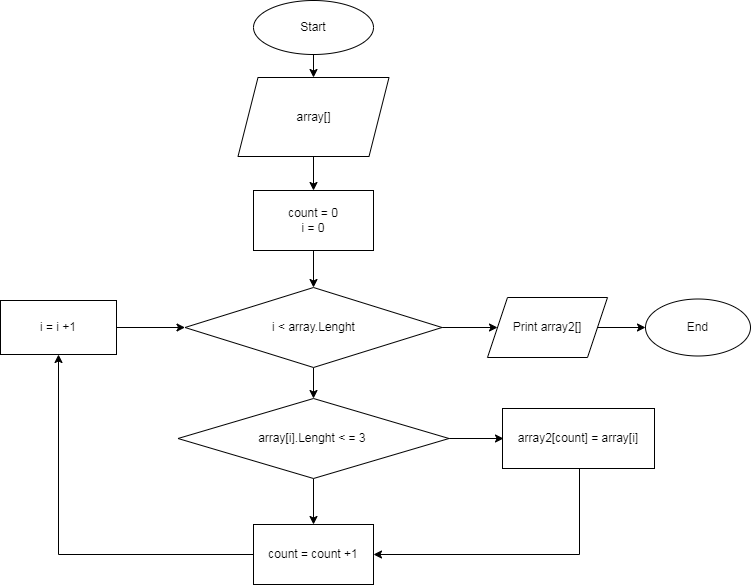
The draw.io diagram BlockShem.drawio.png in igk85/Final-task, before a commit. Source tidied: cells renumbered, new cells last; positions are measured from the earlier drawing's top-left corner, leaving out a move shared by most shapes. Its diagram source:
```xml
<mxGraphModel>
  <root>
    <mxCell id="0" />
    <mxCell id="1" parent="0" />
    <mxCell id="2" style="edgeStyle=orthogonalEdgeStyle;rounded=0;jettySize=auto;html=1;" parent="1" edge="1" source="3" target="5">
      <mxGeometry relative="1" as="geometry" />
    </mxCell>
    <mxCell id="3" value="Start" style="ellipse;whiteSpace=wrap;html=1;" parent="1" vertex="1">
      <mxGeometry x="253" width="120" height="54" as="geometry" />
    </mxCell>
    <mxCell id="4" style="edgeStyle=orthogonalEdgeStyle;rounded=0;jettySize=auto;html=1;" parent="1" edge="1" source="5" target="7">
      <mxGeometry relative="1" as="geometry" />
    </mxCell>
    <mxCell id="5" value="array[]" style="shape=parallelogram;perimeter=parallelogramPerimeter;whiteSpace=wrap;html=1;fixedSize=1;" parent="1" vertex="1">
      <mxGeometry x="237.5" y="77" width="151" height="79" as="geometry" />
    </mxCell>
    <mxCell id="6" style="edgeStyle=orthogonalEdgeStyle;rounded=0;jettySize=auto;html=1;" parent="1" edge="1" source="7" target="10">
      <mxGeometry relative="1" as="geometry" />
    </mxCell>
    <mxCell id="7" value="count = 0&lt;br&gt;i = 0" style="rounded=0;whiteSpace=wrap;html=1;" parent="1" vertex="1">
      <mxGeometry x="253" y="190" width="120" height="60" as="geometry" />
    </mxCell>
    <mxCell id="8" style="edgeStyle=orthogonalEdgeStyle;rounded=0;jettySize=auto;html=1;" parent="1" edge="1" source="10" target="13">
      <mxGeometry relative="1" as="geometry" />
    </mxCell>
    <mxCell id="9" style="edgeStyle=orthogonalEdgeStyle;rounded=0;jettySize=auto;html=1;" parent="1" edge="1" source="10" target="21">
      <mxGeometry relative="1" as="geometry" />
    </mxCell>
    <mxCell id="10" value="i &amp;lt; array.Lenght" style="rhombus;whiteSpace=wrap;html=1;" parent="1" vertex="1">
      <mxGeometry x="184.5" y="287" width="257" height="80" as="geometry" />
    </mxCell>
    <mxCell id="11" style="edgeStyle=orthogonalEdgeStyle;rounded=0;jettySize=auto;html=1;" parent="1" edge="1" source="13">
      <mxGeometry relative="1" as="geometry">
        <mxPoint x="503" y="438" as="targetPoint" />
      </mxGeometry>
    </mxCell>
    <mxCell id="12" style="edgeStyle=orthogonalEdgeStyle;rounded=0;jettySize=auto;html=1;" parent="1" edge="1" source="13" target="17">
      <mxGeometry relative="1" as="geometry" />
    </mxCell>
    <mxCell id="13" value="array[i].Lenght &amp;lt; = 3&amp;nbsp;" style="rhombus;whiteSpace=wrap;html=1;" parent="1" vertex="1">
      <mxGeometry x="177.5" y="398" width="271" height="80" as="geometry" />
    </mxCell>
    <mxCell id="14" style="edgeStyle=orthogonalEdgeStyle;rounded=0;jettySize=auto;html=1;entryX=1;entryY=0.5;entryDx=0;entryDy=0;" parent="1" edge="1" target="17">
      <mxGeometry relative="1" as="geometry">
        <mxPoint x="579" y="468" as="sourcePoint" />
        <Array as="points">
          <mxPoint x="579" y="554" />
        </Array>
      </mxGeometry>
    </mxCell>
    <mxCell id="15" value="array2[count] = array[i]" style="rounded=0;whiteSpace=wrap;html=1;" parent="1" vertex="1">
      <mxGeometry x="502" y="408" width="152" height="60" as="geometry" />
    </mxCell>
    <mxCell id="16" style="edgeStyle=orthogonalEdgeStyle;rounded=0;jettySize=auto;html=1;entryX=0.5;entryY=1;entryDx=0;entryDy=0;" parent="1" edge="1" source="17" target="19">
      <mxGeometry relative="1" as="geometry" />
    </mxCell>
    <mxCell id="17" value="count = count +1" style="rounded=0;whiteSpace=wrap;html=1;" parent="1" vertex="1">
      <mxGeometry x="253" y="524" width="120" height="60" as="geometry" />
    </mxCell>
    <mxCell id="18" style="edgeStyle=orthogonalEdgeStyle;rounded=0;jettySize=auto;html=1;entryX=0;entryY=0.5;entryDx=0;entryDy=0;" parent="1" edge="1" source="19" target="10">
      <mxGeometry relative="1" as="geometry" />
    </mxCell>
    <mxCell id="19" value="i = i +1" style="rounded=0;whiteSpace=wrap;html=1;" parent="1" vertex="1">
      <mxGeometry y="300" width="116" height="54" as="geometry" />
    </mxCell>
    <mxCell id="20" style="edgeStyle=orthogonalEdgeStyle;rounded=0;jettySize=auto;html=1;" parent="1" edge="1" source="21" target="22">
      <mxGeometry relative="1" as="geometry" />
    </mxCell>
    <mxCell id="21" value="Print array2[]" style="shape=parallelogram;perimeter=parallelogramPerimeter;whiteSpace=wrap;html=1;fixedSize=1;" parent="1" vertex="1">
      <mxGeometry x="487" y="297" width="120" height="60" as="geometry" />
    </mxCell>
    <mxCell id="22" value="End" style="ellipse;whiteSpace=wrap;html=1;" parent="1" vertex="1">
      <mxGeometry x="645" y="298.5" width="105" height="57" as="geometry" />
    </mxCell>
  </root>
</mxGraphModel>
```
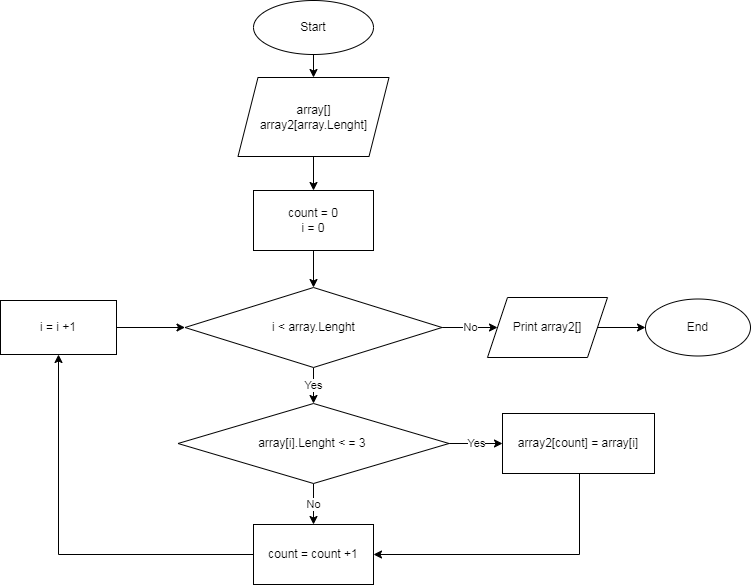
Above is the later version.

Commit message:
Добавлен алгоритм решения

Diff of the diagram source:
```diff
@@ -11,7 +11,7 @@
     <mxCell id="4" style="edgeStyle=orthogonalEdgeStyle;rounded=0;jettySize=auto;html=1;" parent="1" edge="1" source="5" target="7">
       <mxGeometry relative="1" as="geometry" />
     </mxCell>
-    <mxCell id="5" value="array[]" style="shape=parallelogram;perimeter=parallelogramPerimeter;whiteSpace=wrap;html=1;fixedSize=1;" parent="1" vertex="1">
+    <mxCell id="5" value="array[]&lt;br&gt;array2[array.Lenght]" style="shape=parallelogram;perimeter=parallelogramPerimeter;whiteSpace=wrap;html=1;fixedSize=1;" parent="1" vertex="1">
       <mxGeometry x="237.5" y="77" width="151" height="79" as="geometry" />
     </mxCell>
     <mxCell id="6" style="edgeStyle=orthogonalEdgeStyle;rounded=0;jettySize=auto;html=1;" parent="1" edge="1" source="7" target="10">
@@ -20,25 +20,23 @@
     <mxCell id="7" value="count = 0&lt;br&gt;i = 0" style="rounded=0;whiteSpace=wrap;html=1;" parent="1" vertex="1">
       <mxGeometry x="253" y="190" width="120" height="60" as="geometry" />
     </mxCell>
-    <mxCell id="8" style="edgeStyle=orthogonalEdgeStyle;rounded=0;jettySize=auto;html=1;" parent="1" edge="1" source="10" target="13">
+    <mxCell id="8" value="Yes" style="edgeStyle=orthogonalEdgeStyle;rounded=0;jettySize=auto;html=1;" parent="1" edge="1" source="10" target="13">
       <mxGeometry relative="1" as="geometry" />
     </mxCell>
-    <mxCell id="9" style="edgeStyle=orthogonalEdgeStyle;rounded=0;jettySize=auto;html=1;" parent="1" edge="1" source="10" target="21">
+    <mxCell id="9" value="No" style="edgeStyle=orthogonalEdgeStyle;rounded=0;jettySize=auto;html=1;" parent="1" edge="1" source="10" target="21">
       <mxGeometry relative="1" as="geometry" />
     </mxCell>
     <mxCell id="10" value="i &amp;lt; array.Lenght" style="rhombus;whiteSpace=wrap;html=1;" parent="1" vertex="1">
       <mxGeometry x="184.5" y="287" width="257" height="80" as="geometry" />
     </mxCell>
-    <mxCell id="11" style="edgeStyle=orthogonalEdgeStyle;rounded=0;jettySize=auto;html=1;" parent="1" edge="1" source="13">
-      <mxGeometry relative="1" as="geometry">
-        <mxPoint x="503" y="438" as="targetPoint" />
-      </mxGeometry>
+    <mxCell id="11" value="Yes" style="edgeStyle=orthogonalEdgeStyle;rounded=0;jettySize=auto;html=1;entryX=0;entryY=0.5;entryDx=0;entryDy=0;" parent="1" edge="1" source="13" target="15">
+      <mxGeometry relative="1" as="geometry" />
     </mxCell>
-    <mxCell id="12" style="edgeStyle=orthogonalEdgeStyle;rounded=0;jettySize=auto;html=1;" parent="1" edge="1" source="13" target="17">
+    <mxCell id="12" value="No" style="edgeStyle=orthogonalEdgeStyle;rounded=0;jettySize=auto;html=1;" parent="1" edge="1" source="13" target="17">
       <mxGeometry relative="1" as="geometry" />
     </mxCell>
     <mxCell id="13" value="array[i].Lenght &amp;lt; = 3&amp;nbsp;" style="rhombus;whiteSpace=wrap;html=1;" parent="1" vertex="1">
-      <mxGeometry x="177.5" y="398" width="271" height="80" as="geometry" />
+      <mxGeometry x="177.5" y="403" width="271" height="80" as="geometry" />
     </mxCell>
     <mxCell id="14" style="edgeStyle=orthogonalEdgeStyle;rounded=0;jettySize=auto;html=1;entryX=1;entryY=0.5;entryDx=0;entryDy=0;" parent="1" edge="1" target="17">
       <mxGeometry relative="1" as="geometry">
@@ -49,7 +47,7 @@
       </mxGeometry>
     </mxCell>
     <mxCell id="15" value="array2[count] = array[i]" style="rounded=0;whiteSpace=wrap;html=1;" parent="1" vertex="1">
-      <mxGeometry x="502" y="408" width="152" height="60" as="geometry" />
+      <mxGeometry x="502" y="413" width="152" height="60" as="geometry" />
     </mxCell>
     <mxCell id="16" style="edgeStyle=orthogonalEdgeStyle;rounded=0;jettySize=auto;html=1;entryX=0.5;entryY=1;entryDx=0;entryDy=0;" parent="1" edge="1" source="17" target="19">
       <mxGeometry relative="1" as="geometry" />
```
